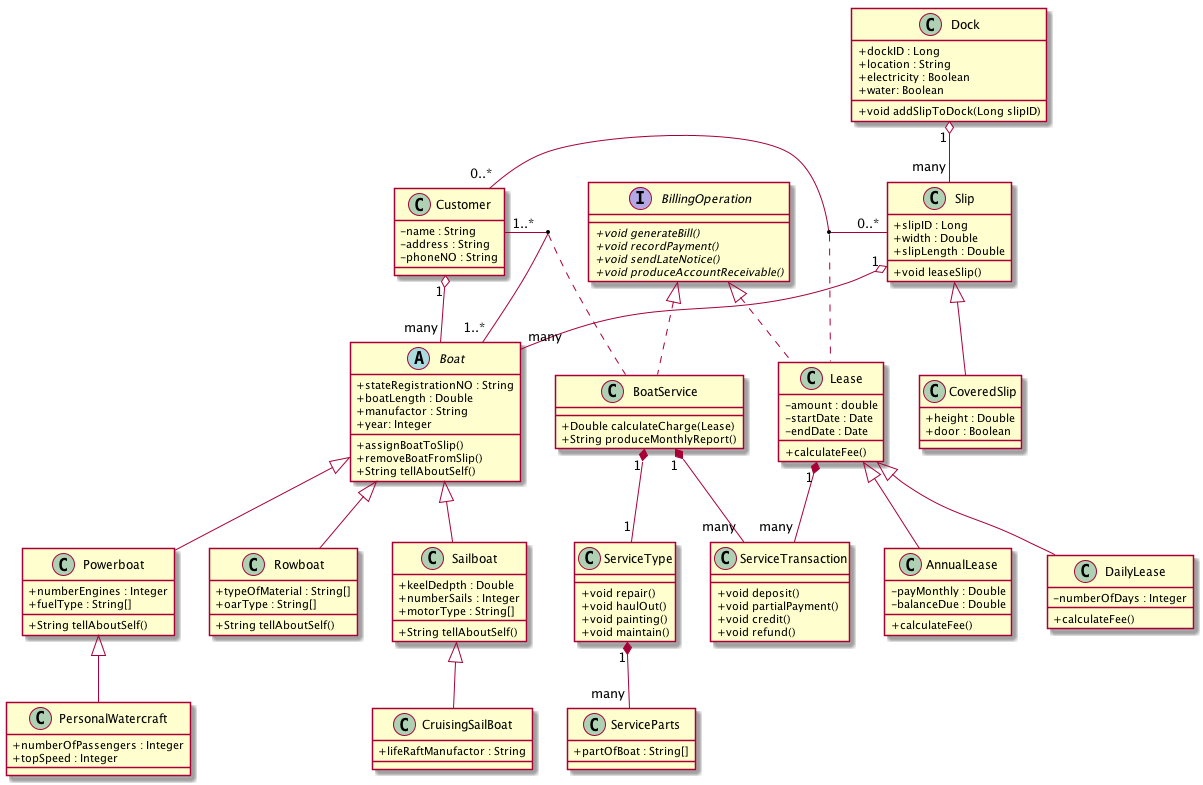
Before: Bradshaw Marina Case Study Class Diagram.png, a diagram exported from PlantUML (Ying-LUO/Java2_Assignment2).
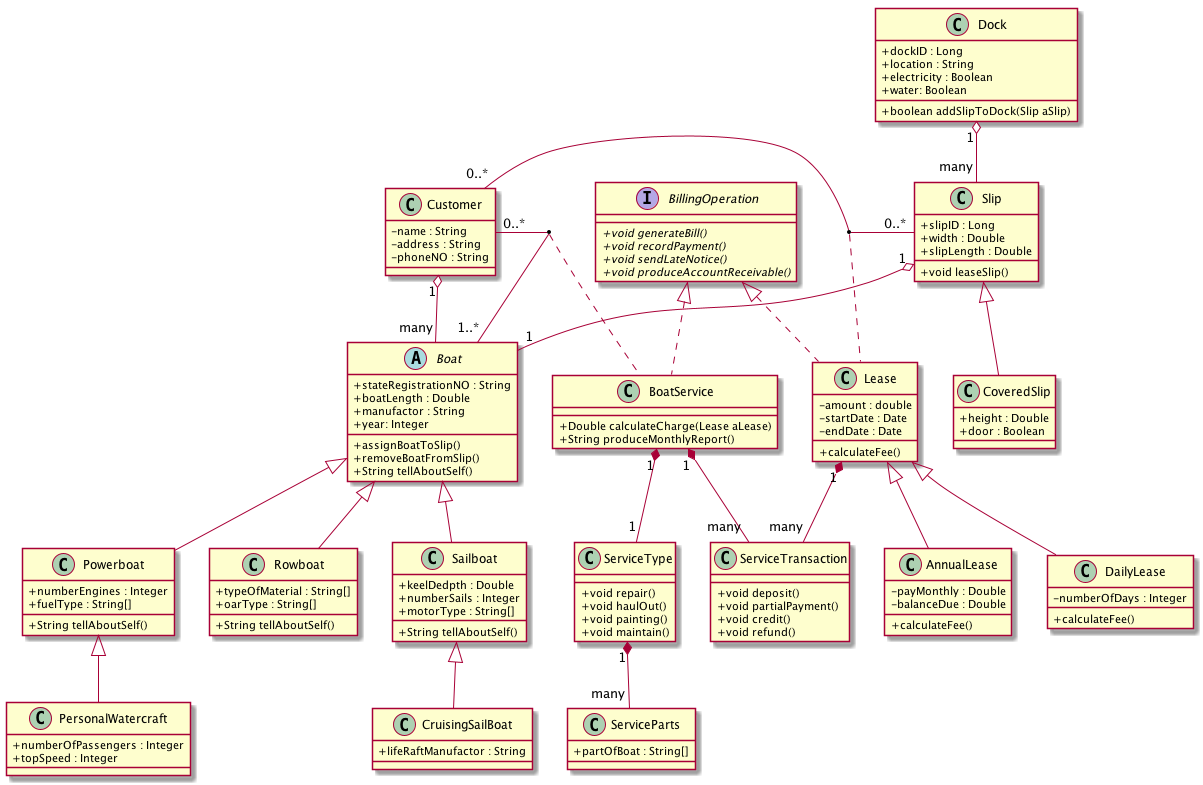
The same file after the commit.

The edit, as a diff of the source:
```diff
@@ -79,11 +79,11 @@
     +location : String
     +electricity : Boolean
     +water: Boolean
-    +void addSlipToDock(Long slipID)
+    +boolean addSlipToDock(Slip aSlip)
 }
 
 class BoatService{
-    +Double calculateCharge(Lease)
+    +Double calculateCharge(Lease aLease)
     +String produceMonthlyReport()
 }
 
@@ -131,9 +131,9 @@
 
 Customer "1" o-- "many" Boat
 Dock "1" o-- "many" Slip
-Slip "1" o-- "many" Boat
+Slip "1" o-- "1" Boat
 
-Customer "1..*" - "1..*" Boat
+Customer "0..*" - "1..*" Boat
 (Customer, Boat) .. BoatService
 
 class BoatService implements BillingOperation
```
